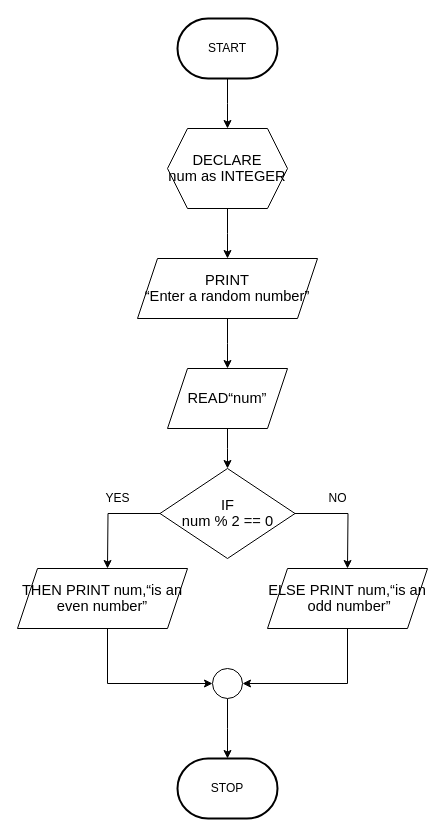
This is 4.1.drawio from commvndable/commvndable, a draw.io file, before an edit. Source tidied: cells renumbered, new cells numbered last; positions are measured from the earlier drawing's top-left corner, leaving out a move shared by most shapes. Both pictures are drawn from the tidied source at 100%, with x=0, y=0 at pixel (17, 18).
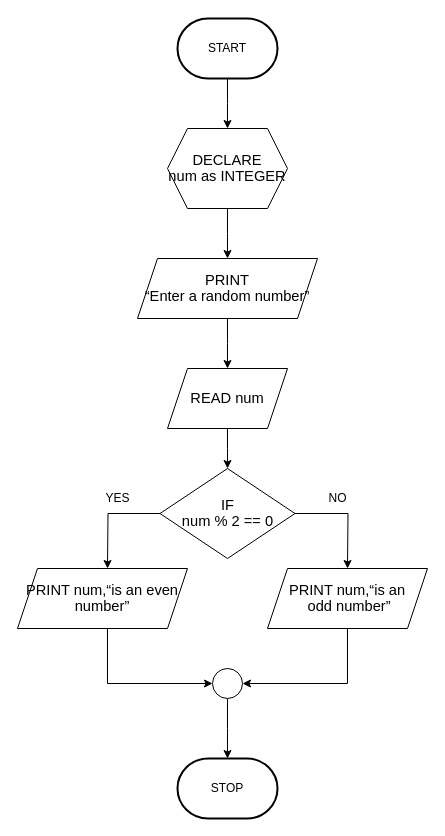
The same page after the edit.

Diff of the diagram source:
```diff
@@
-    <mxCell id="9" value="&lt;span style=&quot;font-size: 11pt; line-height: 103%; font-family: Calibri, sans-serif;&quot;&gt;READ“num”&lt;/span&gt;" style="shape=parallelogram;perimeter=parallelogramPerimeter;whiteSpace=wrap;html=1;fixedSize=1;" parent="1" vertex="1">
+    <mxCell id="9" value="&lt;span style=&quot;font-size: 11pt; line-height: 103%; font-family: Calibri, sans-serif;&quot;&gt;READ num&lt;/span&gt;" style="shape=parallelogram;perimeter=parallelogramPerimeter;whiteSpace=wrap;html=1;fixedSize=1;" parent="1" vertex="1">
       <mxGeometry x="150" y="350" width="120" height="60" as="geometry" />
     </mxCell>
@@
-    <mxCell id="14" value="&lt;span style=&quot;font-size: 11pt; line-height: 103%; font-family: Calibri, sans-serif;&quot;&gt;THEN PRINT num,“is an even number”&lt;/span&gt;" style="shape=parallelogram;perimeter=parallelogramPerimeter;whiteSpace=wrap;html=1;fixedSize=1;" parent="1" vertex="1">
+    <mxCell id="14" value="&lt;span style=&quot;font-size: 11pt; line-height: 103%; font-family: Calibri, sans-serif;&quot;&gt;PRINT num,“is an even number”&lt;/span&gt;" style="shape=parallelogram;perimeter=parallelogramPerimeter;whiteSpace=wrap;html=1;fixedSize=1;" parent="1" vertex="1">
       <mxGeometry y="550" width="170" height="60" as="geometry" />
     </mxCell>
@@
-    <mxCell id="16" value="&lt;span style=&quot;font-size: 11pt; line-height: 103%; font-family: Calibri, sans-serif;&quot;&gt;ELSE PRINT num,“is an&lt;br&gt;&amp;nbsp;odd number”&lt;/span&gt;" style="shape=parallelogram;perimeter=parallelogramPerimeter;whiteSpace=wrap;html=1;fixedSize=1;" parent="1" vertex="1">
+    <mxCell id="16" value="&lt;span style=&quot;font-size: 11pt; line-height: 103%; font-family: Calibri, sans-serif;&quot;&gt;PRINT num,“is an&lt;br&gt;&amp;nbsp;odd number”&lt;/span&gt;" style="shape=parallelogram;perimeter=parallelogramPerimeter;whiteSpace=wrap;html=1;fixedSize=1;" parent="1" vertex="1">
       <mxGeometry x="250" y="550" width="160" height="60" as="geometry" />
     </mxCell>
```
